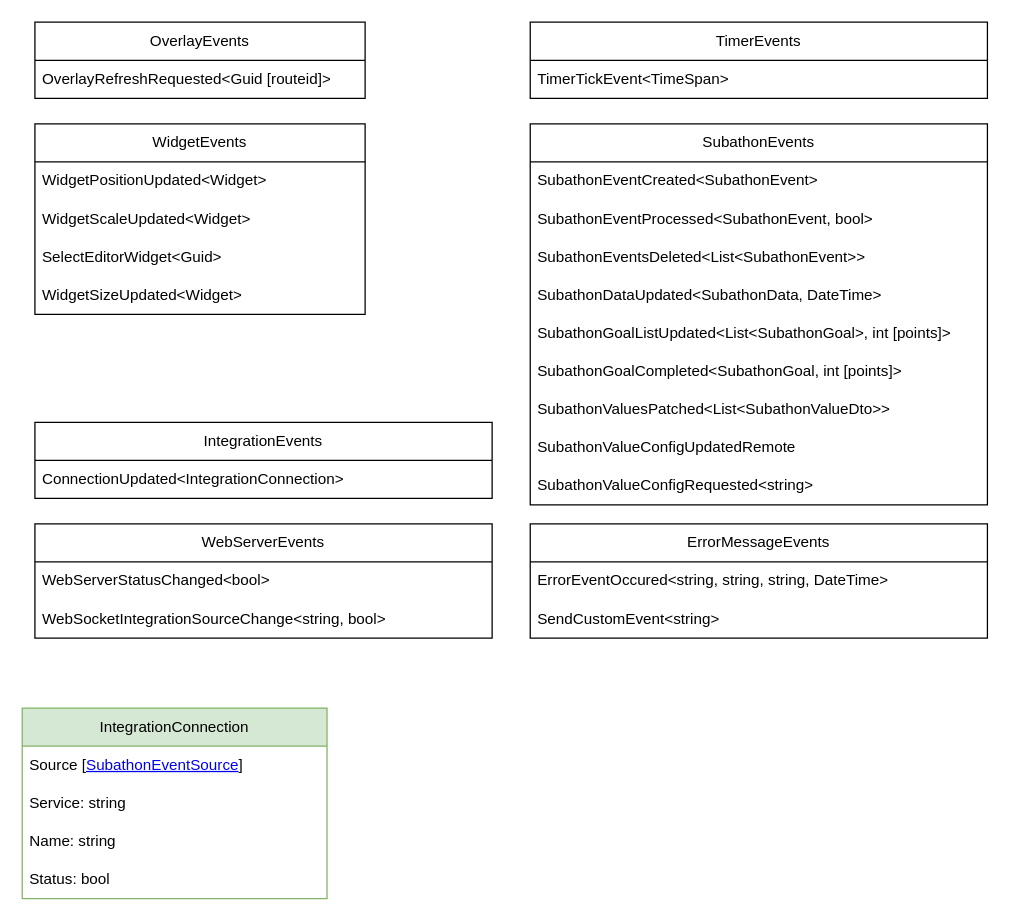
Before: page "Events" (5 of 8) of wiki/docs/SubathonManager_Design.drawio in WolfwithSword/SubathonManager-docs, a draw.io diagram. Source tidied: cells renumbered, new cells numbered last; positions are measured from the earlier drawing's top-left corner, leaving out a move shared by most shapes. Both pictures are drawn from the tidied source at 127%, with x=0, y=0 at pixel (22, 22).
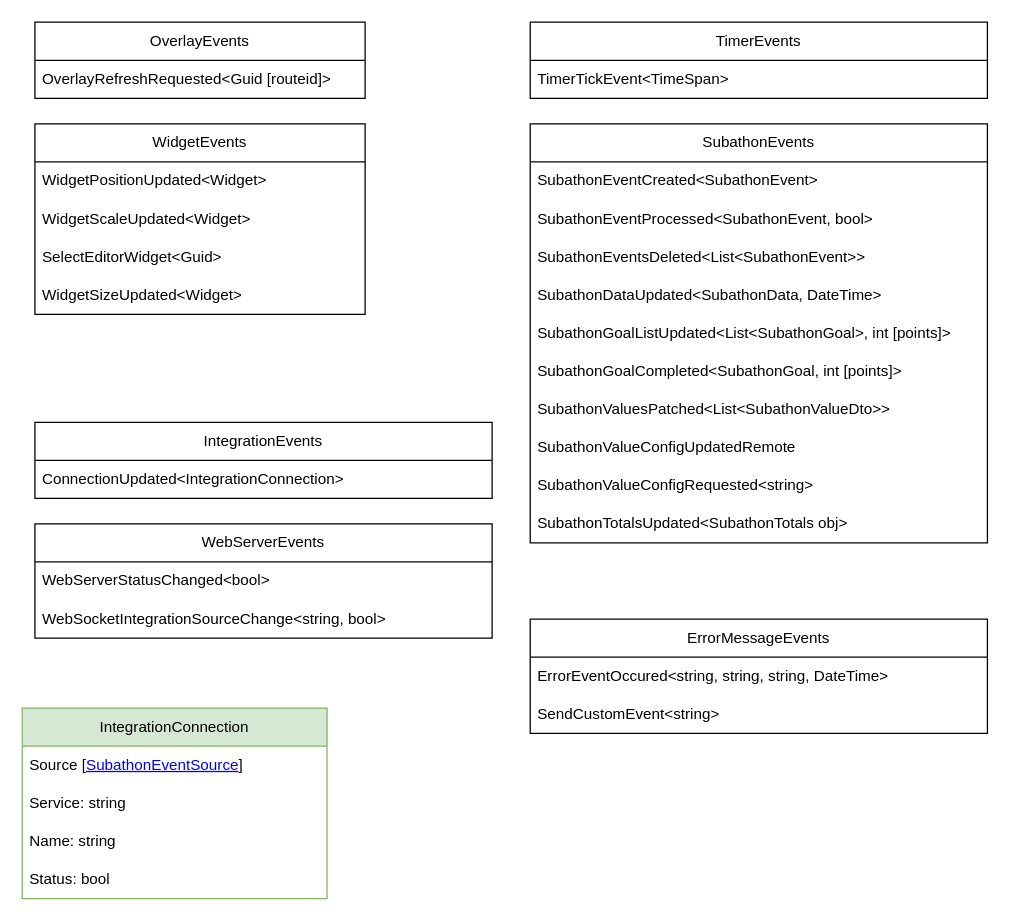
Above is the later version.

Change to the diagram source:
```diff
@@
     <mxCell id="13" value="SubathonEvents" style="swimlane;fontStyle=0;horizontal=1;startSize=30;whiteSpace=wrap;html=1;" parent="1" vertex="1">
-      <mxGeometry x="400" y="80" width="360" height="300" as="geometry" />
+      <mxGeometry x="400" y="80" width="360" height="330" as="geometry" />
     </mxCell>
@@
+    <mxCell id="34" value="SubathonTotalsUpdated&amp;lt;SubathonTotals obj&amp;gt;" style="text;strokeColor=none;fillColor=none;align=left;verticalAlign=middle;spacingLeft=4;spacingRight=4;overflow=hidden;whiteSpace=wrap;html=1;" parent="13" vertex="1">
+      <mxGeometry y="300" width="360" height="30" as="geometry" />
+    </mxCell>
@@
     <mxCell id="26" value="ErrorMessageEvents" style="swimlane;fontStyle=0;horizontal=1;startSize=30;whiteSpace=wrap;html=1;" parent="1" vertex="1">
-      <mxGeometry x="400" y="395" width="360" height="90" as="geometry" />
+      <mxGeometry x="400" y="470" width="360" height="90" as="geometry" />
     </mxCell>
```
